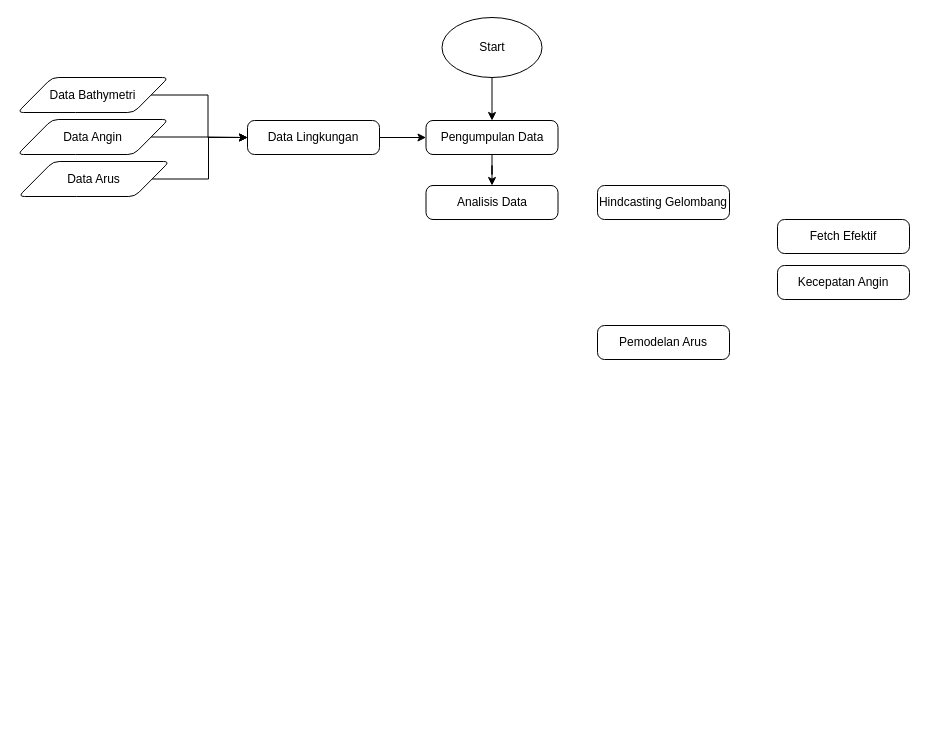
This is Laporan Kerja Praktek.drawio from rubin429/design-port-and-harbour, a draw.io file, before an edit. Source tidied: cells renumbered, new cells numbered last; positions are measured from the earlier drawing's top-left corner, leaving out a move shared by most shapes. Both pictures are drawn from the tidied source at 100%, with x=0, y=0 at pixel (17, 17).
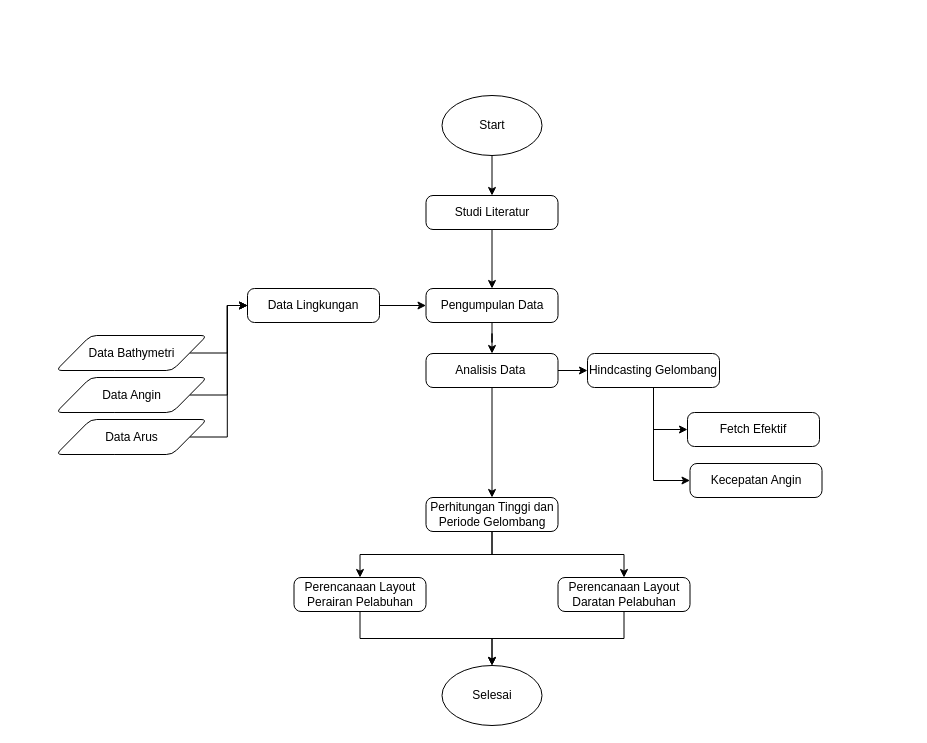
The same page after the edit.

Change to the diagram source:
```diff
@@
-    <mxCell id="2" style="edgeStyle=orthogonalEdgeStyle;rounded=0;jettySize=auto;html=1;entryX=0.5;entryY=0;entryDx=0;entryDy=0;" parent="1" edge="1" source="3" target="6">
-      <mxGeometry relative="1" as="geometry" />
-    </mxCell>
-    <mxCell id="3" value="Start" style="strokeWidth=1;html=1;shape=mxgraph.flowchart.start_1;whiteSpace=wrap;" parent="1" vertex="1">
-      <mxGeometry x="424.5" width="100" height="60" as="geometry" />
-    </mxCell>
@@
     <mxCell id="6" value="Pengumpulan Data" style="rounded=1;whiteSpace=wrap;html=1;absoluteArcSize=1;arcSize=14;strokeWidth=1;" parent="1" vertex="1">
-      <mxGeometry x="408.5" y="103" width="132" height="34" as="geometry" />
+      <mxGeometry x="408.5" y="271" width="132" height="34" as="geometry" />
     </mxCell>
@@
     <mxCell id="8" value="Data Bathymetri" style="shape=parallelogram;html=1;strokeWidth=1;perimeter=parallelogramPerimeter;whiteSpace=wrap;rounded=1;arcSize=12;size=0.23;" parent="1" vertex="1">
-      <mxGeometry y="60" width="151" height="35" as="geometry" />
+      <mxGeometry x="38.5" y="318" width="151" height="35" as="geometry" />
     </mxCell>
-    <mxCell id="9" style="edgeStyle=orthogonalEdgeStyle;rounded=0;jettySize=auto;html=1;exitX=1;exitY=0.5;exitDx=0;exitDy=0;strokeWidth=1;" parent="1" edge="1" source="10" target="13">
+    <mxCell id="9" style="edgeStyle=orthogonalEdgeStyle;rounded=0;jettySize=auto;html=1;exitX=1;exitY=0.5;exitDx=0;exitDy=0;strokeWidth=1;entryX=0;entryY=0.5;entryDx=0;entryDy=0;" parent="1" edge="1" source="10" target="13">
       <mxGeometry relative="1" as="geometry" />
     </mxCell>
     <mxCell id="10" value="Data Angin" style="shape=parallelogram;html=1;strokeWidth=1;perimeter=parallelogramPerimeter;whiteSpace=wrap;rounded=1;arcSize=12;size=0.23;" parent="1" vertex="1">
-      <mxGeometry y="102" width="151" height="35" as="geometry" />
+      <mxGeometry x="38.5" y="360" width="151" height="35" as="geometry" />
     </mxCell>
@@
     <mxCell id="12" value="Data Arus" style="shape=parallelogram;html=1;strokeWidth=1;perimeter=parallelogramPerimeter;whiteSpace=wrap;rounded=1;arcSize=12;size=0.23;" parent="1" vertex="1">
-      <mxGeometry x="1" y="144" width="151" height="35" as="geometry" />
+      <mxGeometry x="38.5" y="402" width="151" height="35" as="geometry" />
     </mxCell>
     <mxCell id="13" value="Data Lingkungan" style="rounded=1;whiteSpace=wrap;html=1;absoluteArcSize=1;arcSize=14;strokeWidth=1;" parent="1" vertex="1">
-      <mxGeometry x="230" y="103" width="132" height="34" as="geometry" />
+      <mxGeometry x="230" y="271" width="132" height="34" as="geometry" />
     </mxCell>
+    <mxCell id="19" style="edgeStyle=orthogonalEdgeStyle;rounded=0;jettySize=auto;html=1;exitX=1;exitY=0.5;exitDx=0;exitDy=0;entryX=0;entryY=0.5;entryDx=0;entryDy=0;" parent="1" edge="1" source="14" target="15">
+      <mxGeometry relative="1" as="geometry" />
+    </mxCell>
+    <mxCell id="20" style="edgeStyle=orthogonalEdgeStyle;rounded=0;jettySize=auto;html=1;" parent="1" edge="1" source="14" target="16">
+      <mxGeometry relative="1" as="geometry" />
+    </mxCell>
-    <mxCell id="14" value="Analisis Data" style="rounded=1;whiteSpace=wrap;html=1;absoluteArcSize=1;arcSize=14;strokeWidth=1;" parent="1" vertex="1">
-      <mxGeometry x="408.5" y="168" width="132" height="34" as="geometry" />
+    <mxCell id="14" value="Analisis Data&amp;nbsp;" style="rounded=1;whiteSpace=wrap;html=1;absoluteArcSize=1;arcSize=14;strokeWidth=1;" parent="1" vertex="1">
+      <mxGeometry x="408.5" y="336" width="132" height="34" as="geometry" />
     </mxCell>
+    <mxCell id="21" style="edgeStyle=orthogonalEdgeStyle;rounded=0;jettySize=auto;html=1;exitX=0.5;exitY=1;exitDx=0;exitDy=0;entryX=0;entryY=0.5;entryDx=0;entryDy=0;" parent="1" edge="1" source="15" target="17">
+      <mxGeometry relative="1" as="geometry" />
+    </mxCell>
+    <mxCell id="22" style="edgeStyle=orthogonalEdgeStyle;rounded=0;jettySize=auto;html=1;exitX=0.5;exitY=1;exitDx=0;exitDy=0;entryX=0;entryY=0.5;entryDx=0;entryDy=0;" parent="1" edge="1" source="15" target="18">
+      <mxGeometry relative="1" as="geometry" />
+    </mxCell>
     <mxCell id="15" value="Hindcasting Gelombang" style="rounded=1;whiteSpace=wrap;html=1;absoluteArcSize=1;arcSize=14;strokeWidth=1;" parent="1" vertex="1">
-      <mxGeometry x="580" y="168" width="132" height="34" as="geometry" />
+      <mxGeometry x="570" y="336" width="132" height="34" as="geometry" />
     </mxCell>
+    <mxCell id="23" style="edgeStyle=orthogonalEdgeStyle;rounded=0;jettySize=auto;html=1;exitX=0.5;exitY=1;exitDx=0;exitDy=0;entryX=0.5;entryY=0;entryDx=0;entryDy=0;" parent="1" edge="1" source="16" target="26">
+      <mxGeometry relative="1" as="geometry" />
+    </mxCell>
+    <mxCell id="24" style="edgeStyle=orthogonalEdgeStyle;rounded=0;jettySize=auto;html=1;" parent="1" edge="1" source="16" target="28">
+      <mxGeometry relative="1" as="geometry" />
+    </mxCell>
-    <mxCell id="16" value="Pemodelan Arus" style="rounded=1;whiteSpace=wrap;html=1;absoluteArcSize=1;arcSize=14;strokeWidth=1;" parent="1" vertex="1">
-      <mxGeometry x="580" y="308" width="132" height="34" as="geometry" />
+    <mxCell id="16" value="Perhitungan Tinggi dan Periode Gelombang" style="rounded=1;whiteSpace=wrap;html=1;absoluteArcSize=1;arcSize=14;strokeWidth=1;" parent="1" vertex="1">
+      <mxGeometry x="408.5" y="480" width="132" height="34" as="geometry" />
     </mxCell>
     <mxCell id="17" value="Fetch Efektif" style="rounded=1;whiteSpace=wrap;html=1;absoluteArcSize=1;arcSize=14;strokeWidth=1;" parent="1" vertex="1">
-      <mxGeometry x="760" y="202" width="132" height="34" as="geometry" />
+      <mxGeometry x="670" y="395" width="132" height="34" as="geometry" />
     </mxCell>
     <mxCell id="18" value="Kecepatan Angin" style="rounded=1;whiteSpace=wrap;html=1;absoluteArcSize=1;arcSize=14;strokeWidth=1;" parent="1" vertex="1">
-      <mxGeometry x="760" y="248" width="132" height="34" as="geometry" />
+      <mxGeometry x="672.5" y="446" width="132" height="34" as="geometry" />
     </mxCell>
+    <mxCell id="25" style="edgeStyle=orthogonalEdgeStyle;rounded=0;jettySize=auto;html=1;entryX=0.5;entryY=0;entryDx=0;entryDy=0;entryPerimeter=0;exitX=0.5;exitY=1;exitDx=0;exitDy=0;" parent="1" edge="1" source="26" target="32">
+      <mxGeometry relative="1" as="geometry" />
+    </mxCell>
+    <mxCell id="26" value="Perencanaan Layout Perairan Pelabuhan" style="rounded=1;whiteSpace=wrap;html=1;absoluteArcSize=1;arcSize=14;strokeWidth=1;" parent="1" vertex="1">
+      <mxGeometry x="276.5" y="560" width="132" height="34" as="geometry" />
+    </mxCell>
+    <mxCell id="27" style="edgeStyle=orthogonalEdgeStyle;rounded=0;jettySize=auto;html=1;exitX=0.5;exitY=1;exitDx=0;exitDy=0;entryX=0.5;entryY=0;entryDx=0;entryDy=0;entryPerimeter=0;" parent="1" edge="1" source="28" target="32">
+      <mxGeometry relative="1" as="geometry" />
+    </mxCell>
+    <mxCell id="28" value="Perencanaan Layout Daratan Pelabuhan" style="rounded=1;whiteSpace=wrap;html=1;absoluteArcSize=1;arcSize=14;strokeWidth=1;" parent="1" vertex="1">
+      <mxGeometry x="540.5" y="560" width="132" height="34" as="geometry" />
+    </mxCell>
+    <mxCell id="29" style="edgeStyle=orthogonalEdgeStyle;rounded=0;jettySize=auto;html=1;" parent="1" edge="1" source="30" target="6">
+      <mxGeometry relative="1" as="geometry" />
+    </mxCell>
+    <mxCell id="30" value="Studi Literatur" style="rounded=1;whiteSpace=wrap;html=1;absoluteArcSize=1;arcSize=14;strokeWidth=1;" parent="1" vertex="1">
+      <mxGeometry x="408.5" y="178" width="132" height="34" as="geometry" />
+    </mxCell>
+    <mxCell id="31" style="edgeStyle=orthogonalEdgeStyle;rounded=0;jettySize=auto;html=1;" parent="1" edge="1" source="3" target="30">
+      <mxGeometry relative="1" as="geometry" />
+    </mxCell>
+    <mxCell id="3" value="Start" style="strokeWidth=1;html=1;shape=mxgraph.flowchart.start_1;whiteSpace=wrap;" parent="1" vertex="1">
+      <mxGeometry x="424.5" y="78" width="100" height="60" as="geometry" />
+    </mxCell>
+    <mxCell id="32" value="Selesai" style="strokeWidth=1;html=1;shape=mxgraph.flowchart.start_1;whiteSpace=wrap;" parent="1" vertex="1">
+      <mxGeometry x="424.5" y="648" width="100" height="60" as="geometry" />
+    </mxCell>
```
